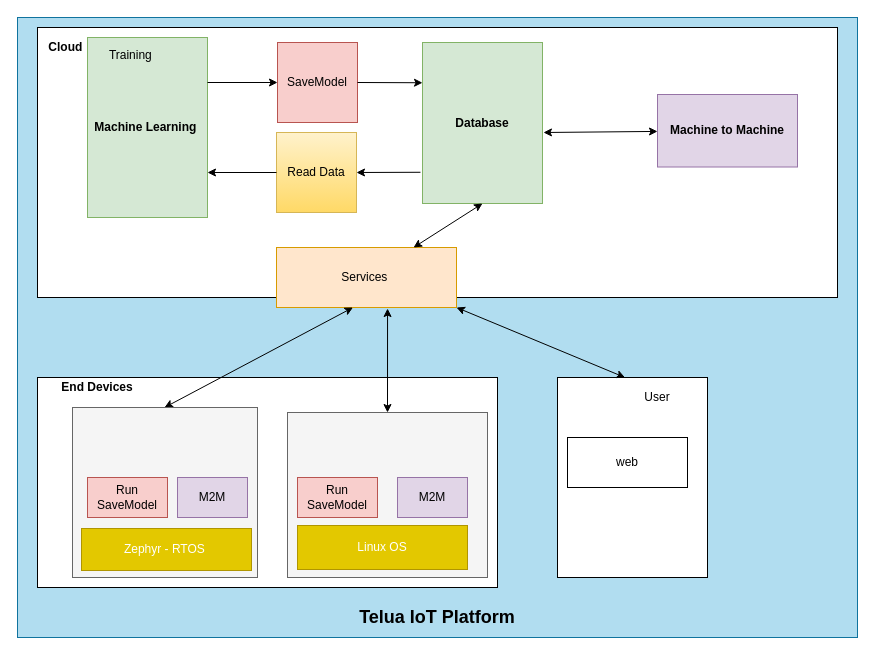
Earlier version of the draw.io diagram machine_learning/machineLearning.drawio (letrthong/uhes_visual_programing_iot). Source tidied: cells renumbered, new cells numbered last; positions are measured from the earlier drawing's top-left corner, leaving out a move shared by most shapes. Both pictures are drawn from the tidied source at 100%, with x=0, y=0 at pixel (17, 17).
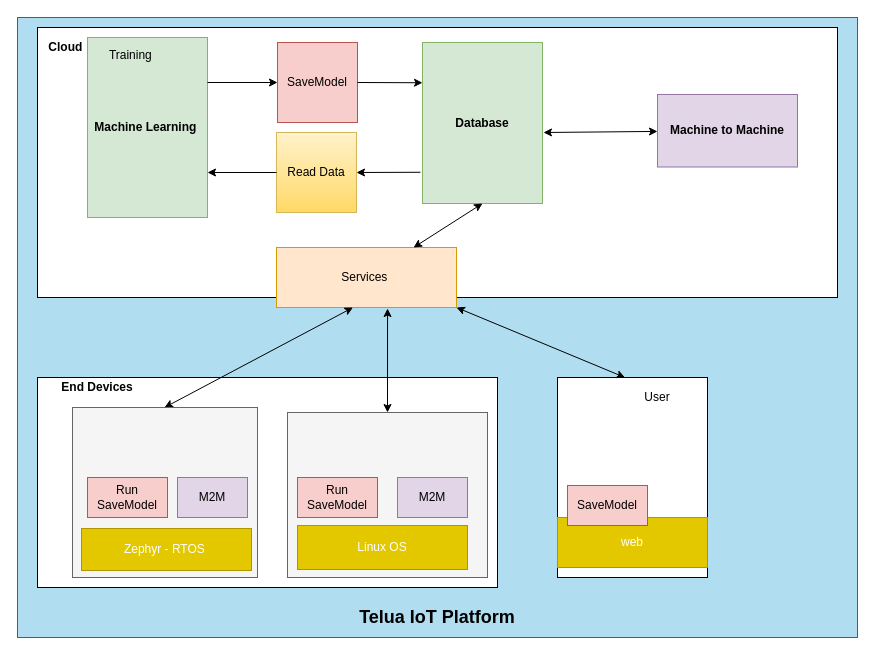
After the change.

Change to the diagram source:
```diff
@@
-    <mxCell id="34" value="web" style="rounded=0;whiteSpace=wrap;html=1;" parent="1" vertex="1">
-      <mxGeometry x="550" y="420" width="120" height="50" as="geometry" />
+    <mxCell id="34" value="web" style="rounded=0;whiteSpace=wrap;html=1;fillColor=#e3c800;strokeColor=#B09500;fontColor=#ffffff;" parent="1" vertex="1">
+      <mxGeometry x="540" y="500" width="150" height="50" as="geometry" />
     </mxCell>
+    <mxCell id="35" value="SaveModel" style="rounded=0;whiteSpace=wrap;html=1;fillColor=#f8cecc;strokeColor=#b85450;" parent="1" vertex="1">
+      <mxGeometry x="550" y="468" width="80" height="40" as="geometry" />
+    </mxCell>
```
